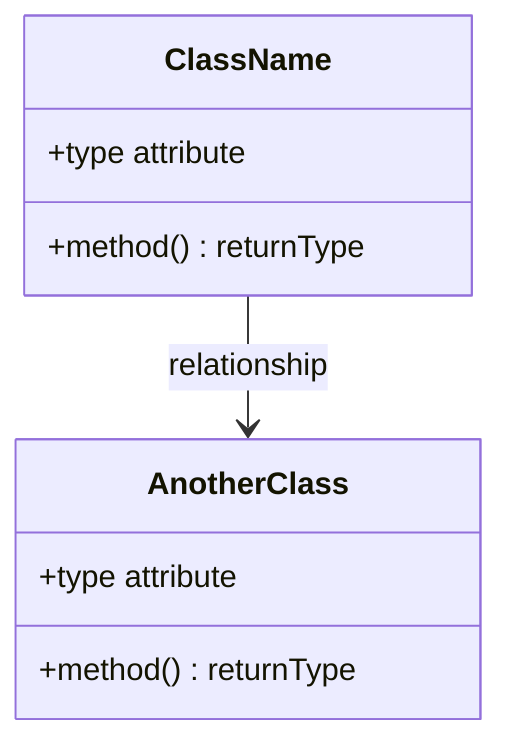
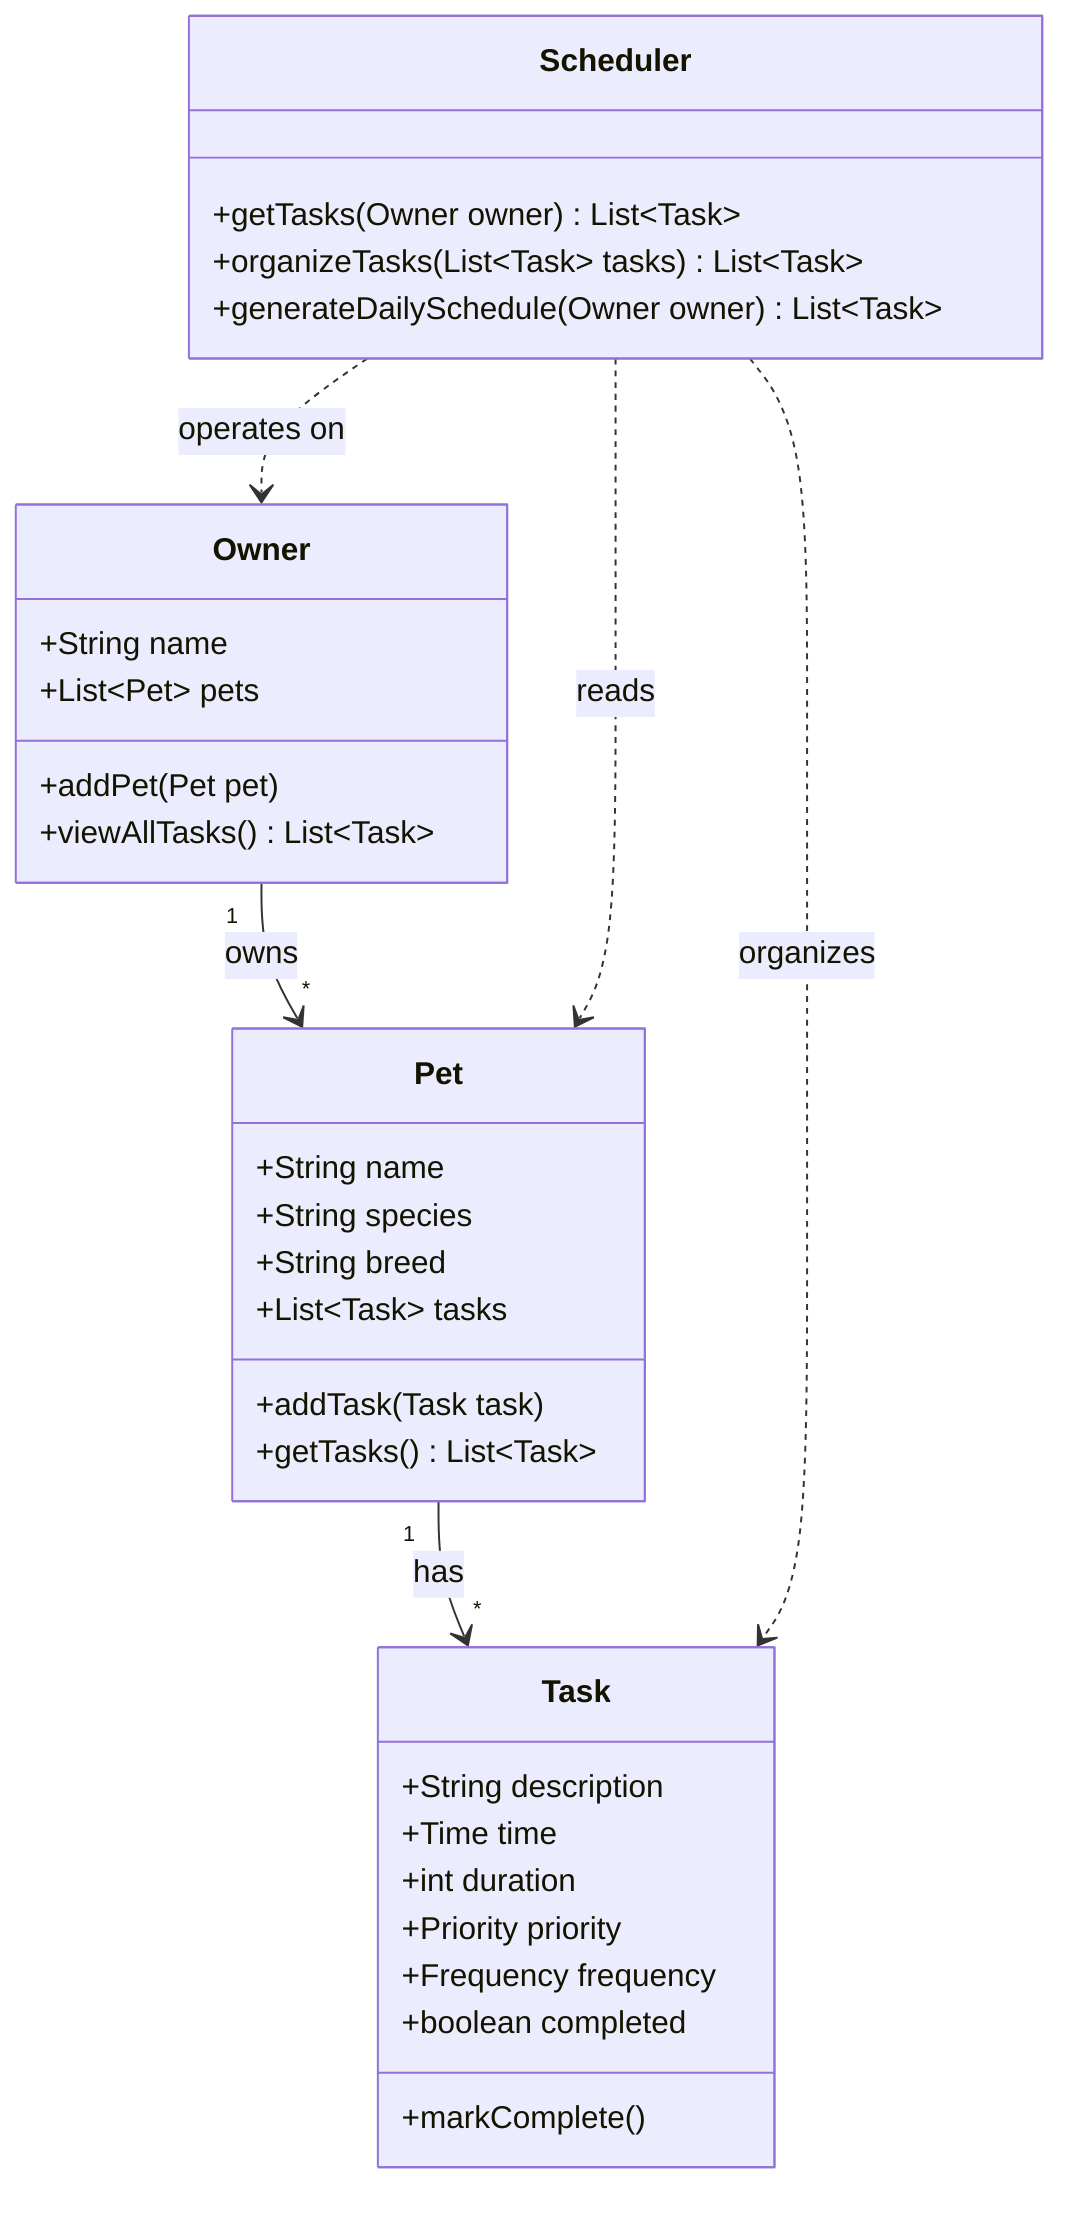
classDiagram
-     %% Replace the placeholders below with your actual classes, attributes, methods, and relationships.
-     %% Keep this file updated so it matches your final implementation.
+     %% PawPal+ working UML draft — update in Phase 6 to match the final implementation.

-     class ClassName {
-         +type attribute
-         +method() returnType
+     class Owner {
+         +String name
+         +List~Pet~ pets
+         +addPet(Pet pet)
+         +viewAllTasks() List~Task~
    }

-     class AnotherClass {
-         +type attribute
-         +method() returnType
+     class Pet {
+         +String name
+         +String species
+         +String breed
+         +List~Task~ tasks
+         +addTask(Task task)
+         +getTasks() List~Task~
    }

-     ClassName --> AnotherClass : relationship
+     class Task {
+         +String description
+         +Time time
+         +int duration
+         +Priority priority
+         +Frequency frequency
+         +boolean completed
+         +markComplete()
+     }
+ 
+     class Scheduler {
+         +getTasks(Owner owner) List~Task~
+         +organizeTasks(List~Task~ tasks) List~Task~
+         +generateDailySchedule(Owner owner) List~Task~
+     }
+ 
+     Owner "1" --> "*" Pet : owns
+     Pet "1" --> "*" Task : has
+     Scheduler ..> Owner : operates on
+     Scheduler ..> Pet : reads
+     Scheduler ..> Task : organizes
